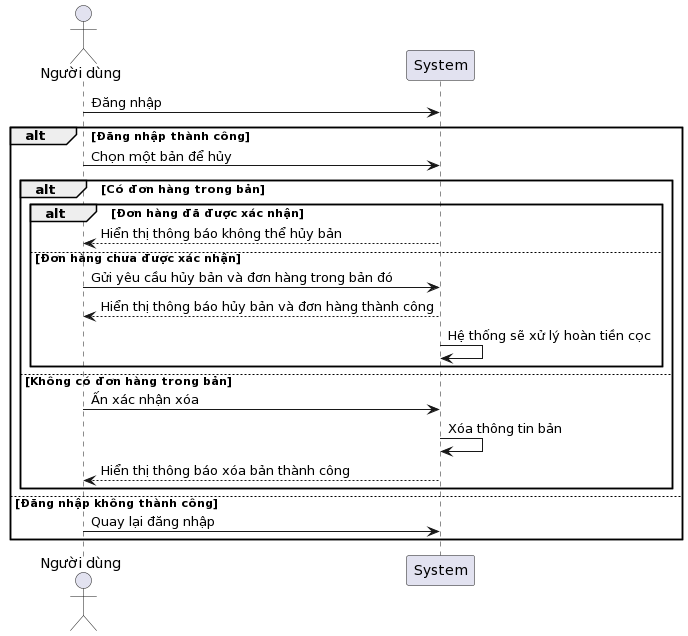
Before: Lab1.2/Khách hàng/Sequence/Hủy Đặt Bàn.png, a diagram exported from PlantUML (TuanKhang123/SE357-Pratice-class).
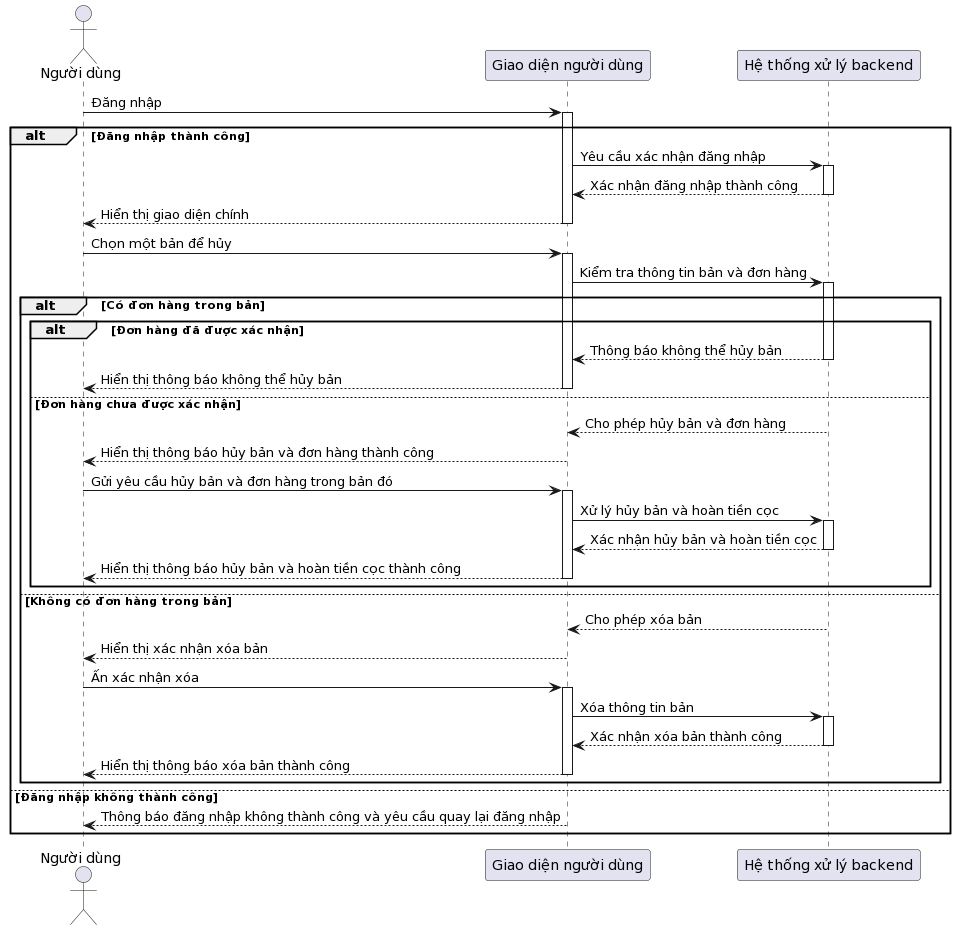
The same file after the commit.

Diff of the diagram source:
```diff
@@ -1,23 +1,59 @@
 @startuml
-actor User as "Người dùng"
+actor "Người dùng" as User
+participant "Giao diện người dùng" as GUI
+participant "Hệ thống xử lý backend" as Backend
 
-User -> System: Đăng nhập
+User -> GUI : Đăng nhập
+activate GUI
 alt Đăng nhập thành công
-    User -> System: Chọn một bản để hủy
+    GUI -> Backend : Yêu cầu xác nhận đăng nhập
+    activate Backend
+    Backend --> GUI : Xác nhận đăng nhập thành công
+    deactivate Backend
+
+    GUI --> User : Hiển thị giao diện chính
+    deactivate GUI
+    User -> GUI : Chọn một bản để hủy
+    activate GUI
+    GUI -> Backend : Kiểm tra thông tin bản và đơn hàng
+    activate Backend
+
     alt Có đơn hàng trong bản
         alt Đơn hàng đã được xác nhận
-            System --> User: Hiển thị thông báo không thể hủy bản
+            Backend --> GUI : Thông báo không thể hủy bản
+            deactivate Backend
+            GUI --> User : Hiển thị thông báo không thể hủy bản
+            deactivate GUI
         else Đơn hàng chưa được xác nhận
-            User -> System: Gửi yêu cầu hủy bản và đơn hàng trong bản đó
-            System --> User: Hiển thị thông báo hủy bản và đơn hàng thành công
-            System -> System: Hệ thống sẽ xử lý hoàn tiền cọc
+            Backend --> GUI : Cho phép hủy bản và đơn hàng
+            deactivate Backend
+            GUI --> User : Hiển thị thông báo hủy bản và đơn hàng thành công
+            deactivate GUI
+            User -> GUI : Gửi yêu cầu hủy bản và đơn hàng trong bản đó
+            activate GUI
+            GUI -> Backend : Xử lý hủy bản và hoàn tiền cọc
+            activate Backend
+            Backend --> GUI : Xác nhận hủy bản và hoàn tiền cọc
+            deactivate Backend
+            GUI --> User : Hiển thị thông báo hủy bản và hoàn tiền cọc thành công
+            deactivate GUI
         end
     else Không có đơn hàng trong bản
-        User -> System: Ấn xác nhận xóa
-        System -> System: Xóa thông tin bản
-        System --> User: Hiển thị thông báo xóa bản thành công
+        Backend --> GUI : Cho phép xóa bản
+        deactivate Backend
+        GUI --> User : Hiển thị xác nhận xóa bản
+        deactivate GUI
+        User -> GUI : Ấn xác nhận xóa
+        activate GUI
+        GUI -> Backend : Xóa thông tin bản
+        activate Backend
+        Backend --> GUI : Xác nhận xóa bản thành công
+        deactivate Backend
+        GUI --> User : Hiển thị thông báo xóa bản thành công
+        deactivate GUI
     end
 else Đăng nhập không thành công
-    User -> System: Quay lại đăng nhập
+    GUI --> User : Thông báo đăng nhập không thành công và yêu cầu quay lại đăng nhập
+    deactivate GUI
 end
 @enduml
```
